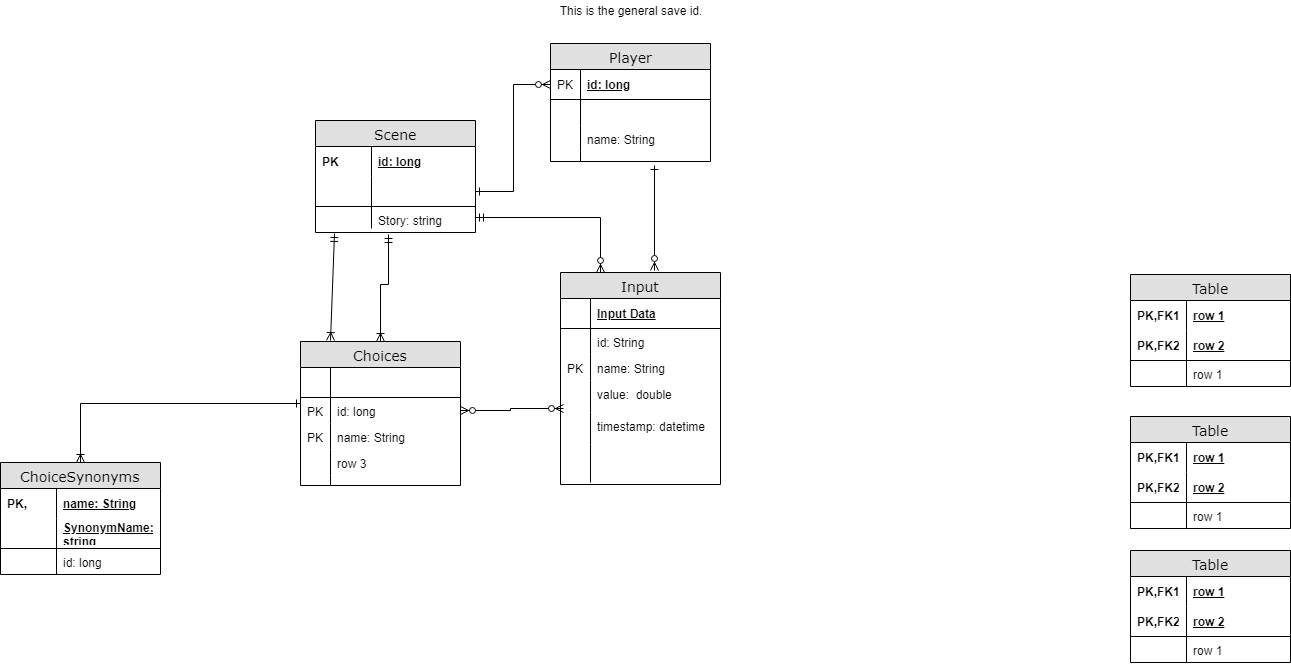
Above: docs/EntityModel.png in balexander16/PictureQuest (draw.io), before the change. Source tidied: cells renumbered, new cells last; positions are measured from the earlier drawing's top-left corner, leaving out a move shared by most shapes.
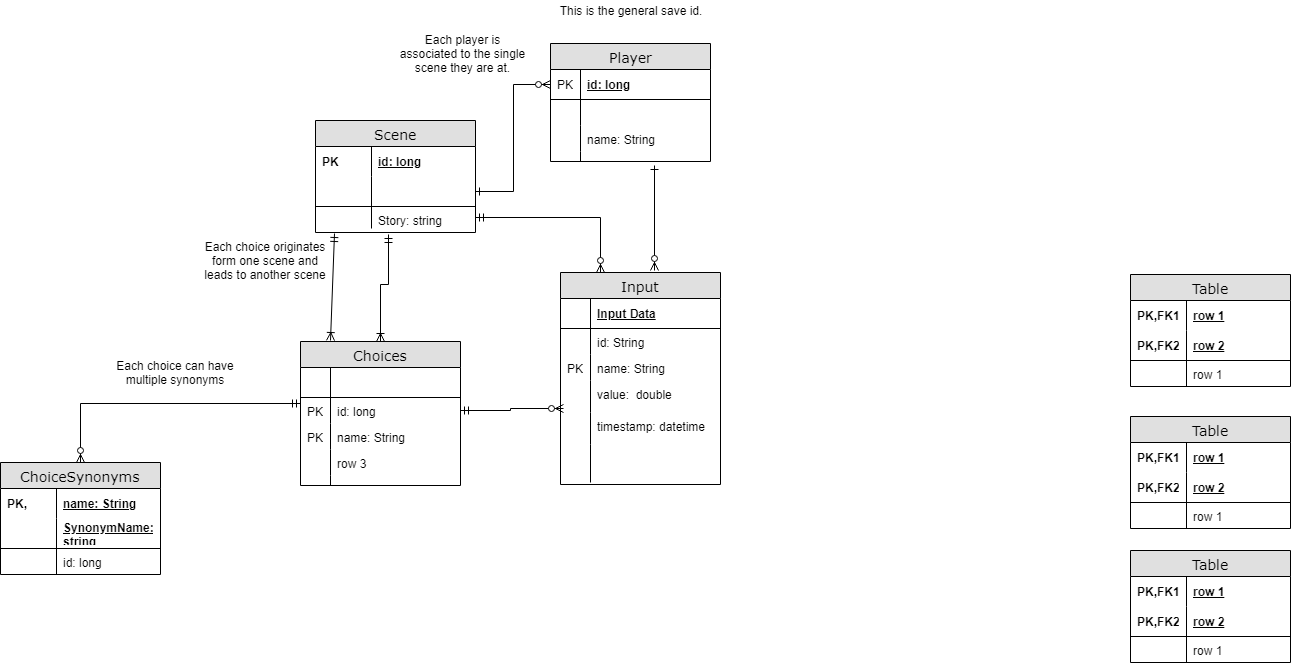
Later version of the same file.

Change to the diagram source:
```diff
@@ -110,7 +110,7 @@
     <mxCell id="37" style="shape=partialRectangle;top=0;left=0;bottom=0;html=1;fillColor=none;align=left;verticalAlign=top;spacingLeft=4;spacingRight=4;whiteSpace=wrap;overflow=hidden;" parent="36" vertex="1">
       <mxGeometry width="56" height="26" as="geometry" />
     </mxCell>
-    <mxCell id="38" style="edgeStyle=orthogonalEdgeStyle;rounded=0;jettySize=auto;html=1;entryX=0.001;entryY=0.242;entryDx=0;entryDy=0;entryPerimeter=0;startArrow=ERoneToMany;startFill=0;endArrow=ERone;endFill=0;" parent="1" edge="1" source="39" target="64">
+    <mxCell id="38" style="edgeStyle=orthogonalEdgeStyle;rounded=0;jettySize=auto;html=1;entryX=0.001;entryY=0.242;entryDx=0;entryDy=0;entryPerimeter=0;startArrow=ERzeroToMany;startFill=1;endArrow=ERmandOne;endFill=0;" parent="1" edge="1" source="39" target="64">
       <mxGeometry relative="1" as="geometry" />
     </mxCell>
     <mxCell id="39" value="ChoiceSynonyms" style="swimlane;html=1;fontStyle=0;horizontal=1;startSize=26;fillColor=#e0e0e0;swimlaneFillColor=#ffffff;align=center;rounded=0;shadow=0;comic=0;labelBackgroundColor=none;strokeColor=#000000;strokeWidth=1;fontFamily=Verdana;fontSize=14;fontColor=#000000;" parent="1" vertex="1">
@@ -220,7 +220,7 @@
     <mxCell id="72" value="This is the general save id." style="text;html=1;strokeColor=none;fillColor=none;align=center;verticalAlign=middle;whiteSpace=wrap;rounded=0;" parent="1" vertex="1">
       <mxGeometry x="550" width="160" height="20" as="geometry" />
     </mxCell>
-    <mxCell id="73" style="edgeStyle=orthogonalEdgeStyle;rounded=0;jettySize=auto;html=1;exitX=1;exitY=0.5;exitDx=0;exitDy=0;entryX=0.016;entryY=-0.125;entryDx=0;entryDy=0;entryPerimeter=0;startArrow=ERzeroToMany;startFill=1;endArrow=ERzeroToMany;endFill=1;" parent="1" edge="1" source="64" target="27">
+    <mxCell id="73" style="edgeStyle=orthogonalEdgeStyle;rounded=0;jettySize=auto;html=1;exitX=1;exitY=0.5;exitDx=0;exitDy=0;entryX=0.016;entryY=-0.125;entryDx=0;entryDy=0;entryPerimeter=0;startArrow=ERmandOne;startFill=0;endArrow=ERzeroToMany;endFill=1;" parent="1" edge="1" source="64" target="27">
       <mxGeometry relative="1" as="geometry" />
     </mxCell>
     <mxCell id="74" style="edgeStyle=orthogonalEdgeStyle;rounded=0;jettySize=auto;html=1;exitX=1;exitY=0.5;exitDx=0;exitDy=0;entryX=0;entryY=0.5;entryDx=0;entryDy=0;startArrow=ERone;startFill=0;endArrow=ERzeroToMany;endFill=1;" parent="1" edge="1" source="5" target="10">
@@ -239,5 +239,14 @@
         <mxPoint x="654" y="270" as="sourcePoint" />
       </mxGeometry>
     </mxCell>
+    <mxCell id="78" value="Each choice can have multiple synonyms" style="text;html=1;strokeColor=none;fillColor=none;align=center;verticalAlign=middle;whiteSpace=wrap;rounded=0;" parent="1" vertex="1">
+      <mxGeometry x="100" y="362" width="150" height="20" as="geometry" />
+    </mxCell>
+    <mxCell id="79" value="Each choice originates form one scene and leads to another scene" style="text;html=1;strokeColor=none;fillColor=none;align=center;verticalAlign=middle;whiteSpace=wrap;rounded=0;" parent="1" vertex="1">
+      <mxGeometry x="200" y="250" width="130" height="20" as="geometry" />
+    </mxCell>
+    <mxCell id="80" value="Each player is associated to the single scene they are at." style="text;html=1;strokeColor=none;fillColor=none;align=center;verticalAlign=middle;whiteSpace=wrap;rounded=0;" parent="1" vertex="1">
+      <mxGeometry x="395" y="43" width="135" height="20" as="geometry" />
+    </mxCell>
   </root>
 </mxGraphModel>
```
